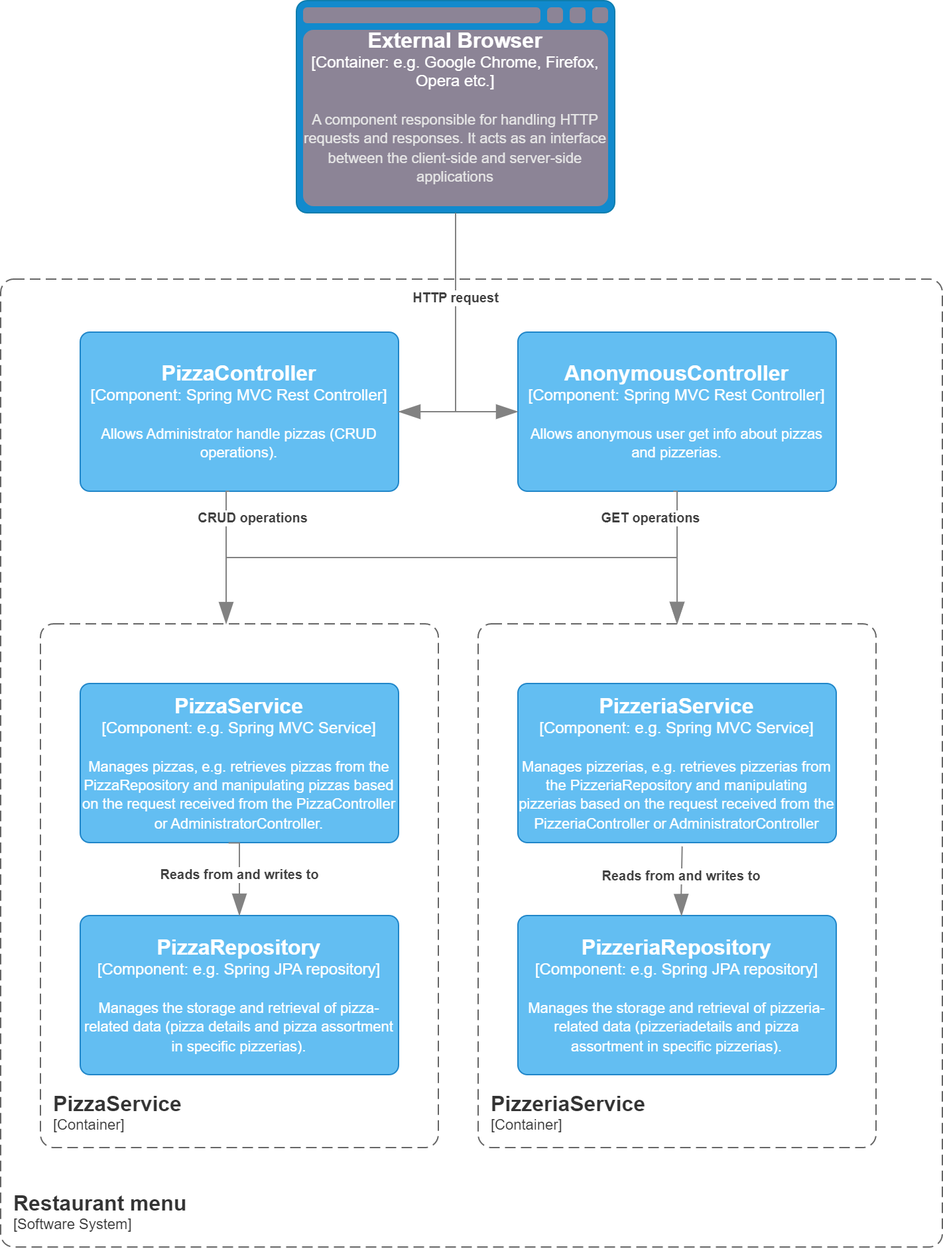
Before: img/Components Diagram.png, a diagram exported from draw.io (krajniy/PizzaService). Source tidied: cells renumbered, new cells last; positions are measured from the earlier drawing's top-left corner, leaving out a move shared by most shapes. Source of this version:
```xml
<mxGraphModel>
  <root>
    <mxCell id="0" />
    <mxCell id="1" parent="0" />
    <object id="2" label="&lt;font style=&quot;font-size: 16px&quot;&gt;&lt;b&gt;%c4Type%&lt;/b&gt;&lt;/font&gt;&lt;div&gt;[%c4Container%:&amp;nbsp;%c4Technology%]&lt;/div&gt;&lt;br&gt;&lt;div&gt;&lt;font style=&quot;font-size: 11px&quot;&gt;&lt;font color=&quot;#E6E6E6&quot;&gt;%c4Description%&lt;/font&gt;&lt;/div&gt;" c4Container="Container" c4Description="A component responsible for handling HTTP requests and responses. It acts as an interface between the client-side and server-side applications" c4Technology="e.g. Google Chrome, Firefox, Opera etc." c4Type="External Browser" placeholders="1">
      <mxCell style="shape=mxgraph.c4.webBrowserContainer2;whiteSpace=wrap;html=1;boundedLbl=1;rounded=1;labelBackgroundColor=none;strokeColor=#736782;fillColor=#8C8496;strokeColor=#118ACD;strokeColor2=#0E7DAD;fontSize=12;fontColor=#ffffff;align=center;points=[[0.5,0,0],[1,0.25,0],[1,0.5,0],[1,0.75,0],[0.5,1,0],[0,0.75,0],[0,0.5,0],[0,0.25,0]];arcSize=10;" parent="1" vertex="1">
        <mxGeometry x="223" width="240" height="160" as="geometry" />
      </mxCell>
    </object>
    <object id="3" label="&lt;font style=&quot;font-size: 16px&quot;&gt;&lt;b&gt;%c4Name%&lt;/b&gt;&lt;/font&gt;&lt;div&gt;[%c4Type%: %c4Technology%]&lt;/div&gt;&lt;br&gt;&lt;div&gt;&lt;font style=&quot;font-size: 11px&quot;&gt;%c4Description%&lt;/font&gt;&lt;/div&gt;" c4Description="Allows Administrator handle pizzas (CRUD operations)." c4Name="PizzaController" c4Technology="Spring MVC Rest Controller" c4Type="Component" placeholders="1">
      <mxCell style="rounded=1;whiteSpace=wrap;html=1;labelBackgroundColor=none;fillColor=#63BEF2;fontColor=#ffffff;align=center;arcSize=6;strokeColor=#2086C9;points=[[0.25,0,0],[0.5,0,0],[0.75,0,0],[1,0.25,0],[1,0.5,0],[1,0.75,0],[0.75,1,0],[0.5,1,0],[0.25,1,0],[0,0.75,0],[0,0.5,0],[0,0.25,0]];" parent="1" vertex="1">
        <mxGeometry x="60" y="250" width="240" height="120" as="geometry" />
      </mxCell>
    </object>
    <object id="4" label="&lt;font style=&quot;font-size: 16px&quot;&gt;&lt;b&gt;%c4Name%&lt;/b&gt;&lt;/font&gt;&lt;div&gt;[%c4Type%: %c4Technology%]&lt;/div&gt;&lt;br&gt;&lt;div&gt;&lt;font style=&quot;font-size: 11px&quot;&gt;%c4Description%&lt;/font&gt;&lt;/div&gt;" c4Description="Allows anonymous user get info about pizzas and pizzerias." c4Name="AnonymousController" c4Technology="Spring MVC Rest Controller" c4Type="Component" placeholders="1">
      <mxCell style="rounded=1;whiteSpace=wrap;html=1;labelBackgroundColor=none;fillColor=#63BEF2;fontColor=#ffffff;align=center;arcSize=6;strokeColor=#2086C9;points=[[0.25,0,0],[0.5,0,0],[0.75,0,0],[1,0.25,0],[1,0.5,0],[1,0.75,0],[0.75,1,0],[0.5,1,0],[0.25,1,0],[0,0.75,0],[0,0.5,0],[0,0.25,0]];" parent="1" vertex="1">
        <mxGeometry x="390" y="250" width="240" height="120" as="geometry" />
      </mxCell>
    </object>
    <object id="5" label="&lt;font style=&quot;font-size: 16px&quot;&gt;&lt;b&gt;&lt;div style=&quot;text-align: left&quot;&gt;%c4Name%&lt;/div&gt;&lt;/b&gt;&lt;/font&gt;&lt;div style=&quot;text-align: left&quot;&gt;[%c4Application%]&lt;/div&gt;" c4Application="Software System" c4Name="Restaurant menu" c4Type="SystemScopeBoundary" placeholders="1">
      <mxCell style="rounded=1;fontSize=11;whiteSpace=wrap;html=1;dashed=1;arcSize=20;fillColor=none;strokeColor=#666666;fontColor=#333333;labelBackgroundColor=none;align=left;verticalAlign=bottom;labelBorderColor=none;spacingTop=0;spacing=10;dashPattern=8 4;perimeter=rectanglePerimeter;noLabel=0;labelPadding=0;absoluteArcSize=1;" parent="1" vertex="1">
        <mxGeometry y="210" width="710" height="730" as="geometry" />
      </mxCell>
    </object>
    <object id="6" label="&lt;font style=&quot;font-size: 16px&quot;&gt;&lt;b&gt;&lt;div style=&quot;text-align: left&quot;&gt;%c4Name%&lt;/div&gt;&lt;/b&gt;&lt;/font&gt;&lt;div style=&quot;text-align: left&quot;&gt;[%c4Application%]&lt;/div&gt;" c4Application="Container" c4Name="PizzaService" c4Type="ContainerScopeBoundary" placeholders="1">
      <mxCell style="rounded=1;fontSize=11;whiteSpace=wrap;html=1;dashed=1;arcSize=20;fillColor=none;strokeColor=#666666;fontColor=#333333;labelBackgroundColor=none;align=left;verticalAlign=bottom;labelBorderColor=none;spacingTop=0;spacing=10;dashPattern=8 4;perimeter=rectanglePerimeter;noLabel=0;labelPadding=0;absoluteArcSize=1;" parent="1" vertex="1">
        <mxGeometry x="30" y="470" width="300" height="395" as="geometry" />
      </mxCell>
    </object>
    <object id="7" label="&lt;font style=&quot;font-size: 16px&quot;&gt;&lt;b&gt;&lt;div style=&quot;text-align: left&quot;&gt;%c4Name%&lt;/div&gt;&lt;/b&gt;&lt;/font&gt;&lt;div style=&quot;text-align: left&quot;&gt;[%c4Application%]&lt;/div&gt;" c4Application="Container" c4Name="PizzeriaService" c4Type="ContainerScopeBoundary" placeholders="1">
      <mxCell style="rounded=1;fontSize=11;whiteSpace=wrap;html=1;dashed=1;arcSize=20;fillColor=none;strokeColor=#666666;fontColor=#333333;labelBackgroundColor=none;align=left;verticalAlign=bottom;labelBorderColor=none;spacingTop=0;spacing=10;dashPattern=8 4;perimeter=rectanglePerimeter;noLabel=0;labelPadding=0;absoluteArcSize=1;" parent="1" vertex="1">
        <mxGeometry x="360" y="470" width="300" height="395" as="geometry" />
      </mxCell>
    </object>
    <object id="8" label="&lt;font style=&quot;font-size: 16px&quot;&gt;&lt;b&gt;%c4Name%&lt;/b&gt;&lt;/font&gt;&lt;div&gt;[%c4Type%: %c4Technology%]&lt;/div&gt;&lt;br&gt;&lt;div&gt;&lt;font style=&quot;font-size: 11px&quot;&gt;%c4Description%&lt;/font&gt;&lt;/div&gt;" c4Description="Manages pizzerias, e.g. retrieves pizzerias from the PizzeriaRepository and manipulating pizzerias based on the request received from the PizzeriaController or AdministratorController" c4Name="PizzeriaService" c4Technology="e.g. Spring MVC Service" c4Type="Component" placeholders="1">
      <mxCell style="rounded=1;whiteSpace=wrap;html=1;labelBackgroundColor=none;fillColor=#63BEF2;fontColor=#ffffff;align=center;arcSize=6;strokeColor=#2086C9;points=[[0.25,0,0],[0.5,0,0],[0.75,0,0],[1,0.25,0],[1,0.5,0],[1,0.75,0],[0.75,1,0],[0.5,1,0],[0.25,1,0],[0,0.75,0],[0,0.5,0],[0,0.25,0]];" parent="1" vertex="1">
        <mxGeometry x="390" y="515" width="240" height="120" as="geometry" />
      </mxCell>
    </object>
    <object id="9" label="&lt;font style=&quot;font-size: 16px&quot;&gt;&lt;b&gt;%c4Name%&lt;/b&gt;&lt;/font&gt;&lt;div&gt;[%c4Type%: %c4Technology%]&lt;/div&gt;&lt;br&gt;&lt;div&gt;&lt;font style=&quot;font-size: 11px&quot;&gt;%c4Description%&lt;/font&gt;&lt;/div&gt;" c4Description="Manages pizzas, e.g. retrieves pizzas from the PizzaRepository and manipulating pizzas based on the request received from the PizzaController or AdministratorController." c4Name="PizzaService" c4Technology="e.g. Spring MVC Service" c4Type="Component" placeholders="1">
      <mxCell style="rounded=1;whiteSpace=wrap;html=1;labelBackgroundColor=none;fillColor=#63BEF2;fontColor=#ffffff;align=center;arcSize=6;strokeColor=#2086C9;points=[[0.25,0,0],[0.5,0,0],[0.75,0,0],[1,0.25,0],[1,0.5,0],[1,0.75,0],[0.75,1,0],[0.5,1,0],[0.25,1,0],[0,0.75,0],[0,0.5,0],[0,0.25,0]];" parent="1" vertex="1">
        <mxGeometry x="60" y="515" width="240" height="120" as="geometry" />
      </mxCell>
    </object>
    <object id="10" label="&lt;font style=&quot;font-size: 16px&quot;&gt;&lt;b&gt;%c4Name%&lt;/b&gt;&lt;/font&gt;&lt;div&gt;[%c4Type%: %c4Technology%]&lt;/div&gt;&lt;br&gt;&lt;div&gt;&lt;font style=&quot;font-size: 11px&quot;&gt;%c4Description%&lt;/font&gt;&lt;/div&gt;" c4Description="Manages the storage and retrieval of pizzeria-related data (pizzeriadetails and pizza assortment in specific pizzerias)." c4Name="PizzeriaRepository" c4Technology="e.g. Spring JPA repository" c4Type="Component" placeholders="1">
      <mxCell style="rounded=1;whiteSpace=wrap;html=1;labelBackgroundColor=none;fillColor=#63BEF2;fontColor=#ffffff;align=center;arcSize=6;strokeColor=#2086C9;points=[[0.25,0,0],[0.5,0,0],[0.75,0,0],[1,0.25,0],[1,0.5,0],[1,0.75,0],[0.75,1,0],[0.5,1,0],[0.25,1,0],[0,0.75,0],[0,0.5,0],[0,0.25,0]];" parent="1" vertex="1">
        <mxGeometry x="390" y="690" width="240" height="120" as="geometry" />
      </mxCell>
    </object>
    <object id="11" label="&lt;font style=&quot;font-size: 16px&quot;&gt;&lt;b&gt;%c4Name%&lt;/b&gt;&lt;/font&gt;&lt;div&gt;[%c4Type%: %c4Technology%]&lt;/div&gt;&lt;br&gt;&lt;div&gt;&lt;font style=&quot;font-size: 11px&quot;&gt;%c4Description%&lt;/font&gt;&lt;/div&gt;" c4Description="Manages the storage and retrieval of pizza-related data (pizza details and pizza assortment in specific pizzerias)." c4Name="PizzaRepository" c4Technology="e.g. Spring JPA repository" c4Type="Component" placeholders="1">
      <mxCell style="rounded=1;whiteSpace=wrap;html=1;labelBackgroundColor=none;fillColor=#63BEF2;fontColor=#ffffff;align=center;arcSize=6;strokeColor=#2086C9;points=[[0.25,0,0],[0.5,0,0],[0.75,0,0],[1,0.25,0],[1,0.5,0],[1,0.75,0],[0.75,1,0],[0.5,1,0],[0.25,1,0],[0,0.75,0],[0,0.5,0],[0,0.25,0]];" parent="1" vertex="1">
        <mxGeometry x="60" y="690" width="240" height="120" as="geometry" />
      </mxCell>
    </object>
    <object id="12" label="&lt;div style=&quot;text-align: left&quot;&gt;&lt;div style=&quot;text-align: center&quot;&gt;&lt;b&gt;%c4Description%&lt;/b&gt;&lt;/div&gt;" c4Description="HTTP request" c4Type="Relationship" placeholders="1">
      <mxCell style="endArrow=blockThin;html=1;fontSize=10;fontColor=#404040;strokeWidth=1;endFill=1;strokeColor=#828282;elbow=vertical;endSize=14;startSize=14;jumpStyle=arc;jumpSize=16;rounded=0;edgeStyle=orthogonalEdgeStyle;exitX=0.5;exitY=1;exitDx=0;exitDy=0;exitPerimeter=0;entryX=1;entryY=0.5;entryDx=0;entryDy=0;entryPerimeter=0;" parent="1" edge="1" source="2" target="3">
        <mxGeometry x="-0.34" relative="1" as="geometry" />
      </mxCell>
    </object>
    <object id="13" label="" c4Type="Relationship" placeholders="1">
      <mxCell style="endArrow=blockThin;html=1;fontSize=10;fontColor=#404040;strokeWidth=1;endFill=1;strokeColor=#828282;elbow=vertical;endSize=14;startSize=14;jumpStyle=arc;jumpSize=16;rounded=0;edgeStyle=orthogonalEdgeStyle;entryX=0;entryY=0.5;entryDx=0;entryDy=0;entryPerimeter=0;exitX=1;exitY=0.5;exitDx=0;exitDy=0;exitPerimeter=0;" parent="1" edge="1" source="3" target="4">
        <mxGeometry relative="1" as="geometry" />
      </mxCell>
    </object>
    <object id="14" label="&lt;div style=&quot;text-align: left&quot;&gt;&lt;div style=&quot;text-align: center&quot;&gt;&lt;b&gt;%c4Description%&lt;/b&gt;&lt;/div&gt;" c4Description="CRUD operations" c4Type="Relationship" placeholders="1">
      <mxCell style="endArrow=blockThin;html=1;fontSize=10;fontColor=#404040;strokeWidth=1;endFill=1;strokeColor=#828282;elbow=vertical;endSize=14;startSize=14;jumpStyle=arc;jumpSize=16;rounded=0;edgeStyle=orthogonalEdgeStyle;exitX=0.468;exitY=1;exitDx=0;exitDy=0;exitPerimeter=0;" parent="1" edge="1" source="3">
        <mxGeometry x="-0.56" y="20" relative="1" as="geometry">
          <mxPoint x="170" y="470" as="targetPoint" />
          <Array as="points">
            <mxPoint x="170" y="370" />
            <mxPoint x="170" y="470" />
          </Array>
        </mxGeometry>
      </mxCell>
    </object>
    <object id="15" label="" c4Type="Relationship" placeholders="1">
      <mxCell style="endArrow=blockThin;html=1;fontSize=10;fontColor=#404040;strokeWidth=1;endFill=1;strokeColor=#828282;elbow=vertical;endSize=14;startSize=14;jumpStyle=arc;jumpSize=16;rounded=0;edgeStyle=orthogonalEdgeStyle;" parent="1" edge="1">
        <mxGeometry relative="1" as="geometry">
          <mxPoint x="170" y="420" as="sourcePoint" />
          <mxPoint x="510" y="470" as="targetPoint" />
        </mxGeometry>
      </mxCell>
    </object>
    <object id="16" label="&lt;div style=&quot;text-align: left&quot;&gt;&lt;div style=&quot;text-align: center&quot;&gt;&lt;b&gt;%c4Description%&lt;/b&gt;&lt;/div&gt;" c4Description="GET operations" c4Type="Relationship" placeholders="1">
      <mxCell style="endArrow=blockThin;html=1;fontSize=10;fontColor=#404040;strokeWidth=1;endFill=1;strokeColor=#828282;elbow=vertical;endSize=14;startSize=14;jumpStyle=arc;jumpSize=16;rounded=0;edgeStyle=orthogonalEdgeStyle;exitX=0.488;exitY=1;exitDx=0;exitDy=0;exitPerimeter=0;" parent="1" edge="1" source="4">
        <mxGeometry x="-0.56" y="-20" relative="1" as="geometry">
          <mxPoint x="510" y="470" as="targetPoint" />
          <Array as="points">
            <mxPoint x="510" y="370" />
          </Array>
        </mxGeometry>
      </mxCell>
    </object>
    <object id="17" label="&lt;div style=&quot;text-align: left&quot;&gt;&lt;div style=&quot;text-align: center&quot;&gt;&lt;b&gt;%c4Description%&lt;/b&gt;&lt;/div&gt;" c4Description="Reads from and writes to" c4Type="Relationship" placeholders="1">
      <mxCell style="endArrow=blockThin;html=1;fontSize=10;fontColor=#404040;strokeWidth=1;endFill=1;strokeColor=#828282;elbow=vertical;endSize=14;startSize=14;jumpStyle=arc;jumpSize=16;rounded=0;edgeStyle=orthogonalEdgeStyle;exitX=0.466;exitY=1.002;exitDx=0;exitDy=0;exitPerimeter=0;entryX=0.5;entryY=0;entryDx=0;entryDy=0;entryPerimeter=0;" parent="1" edge="1" source="9" target="11">
        <mxGeometry relative="1" as="geometry">
          <Array as="points">
            <mxPoint x="180" y="635" />
          </Array>
        </mxGeometry>
      </mxCell>
    </object>
    <object id="18" label="&lt;div style=&quot;text-align: left&quot;&gt;&lt;div style=&quot;text-align: center&quot;&gt;&lt;b&gt;%c4Description%&lt;/b&gt;&lt;/div&gt;" c4Description="Reads from and writes to" c4Type="Relationship" placeholders="1">
      <mxCell style="endArrow=blockThin;html=1;fontSize=10;fontColor=#404040;strokeWidth=1;endFill=1;strokeColor=#828282;elbow=vertical;endSize=14;startSize=14;jumpStyle=arc;jumpSize=16;rounded=0;edgeStyle=orthogonalEdgeStyle;exitX=0.516;exitY=1.024;exitDx=0;exitDy=0;exitPerimeter=0;entryX=0.514;entryY=0.002;entryDx=0;entryDy=0;entryPerimeter=0;" parent="1" edge="1" source="8" target="10">
        <mxGeometry x="-0.14" relative="1" as="geometry">
          <Array as="points">
            <mxPoint x="514" y="640" />
            <mxPoint x="513" y="640" />
            <mxPoint x="513" y="670" />
          </Array>
        </mxGeometry>
      </mxCell>
    </object>
  </root>
</mxGraphModel>
```
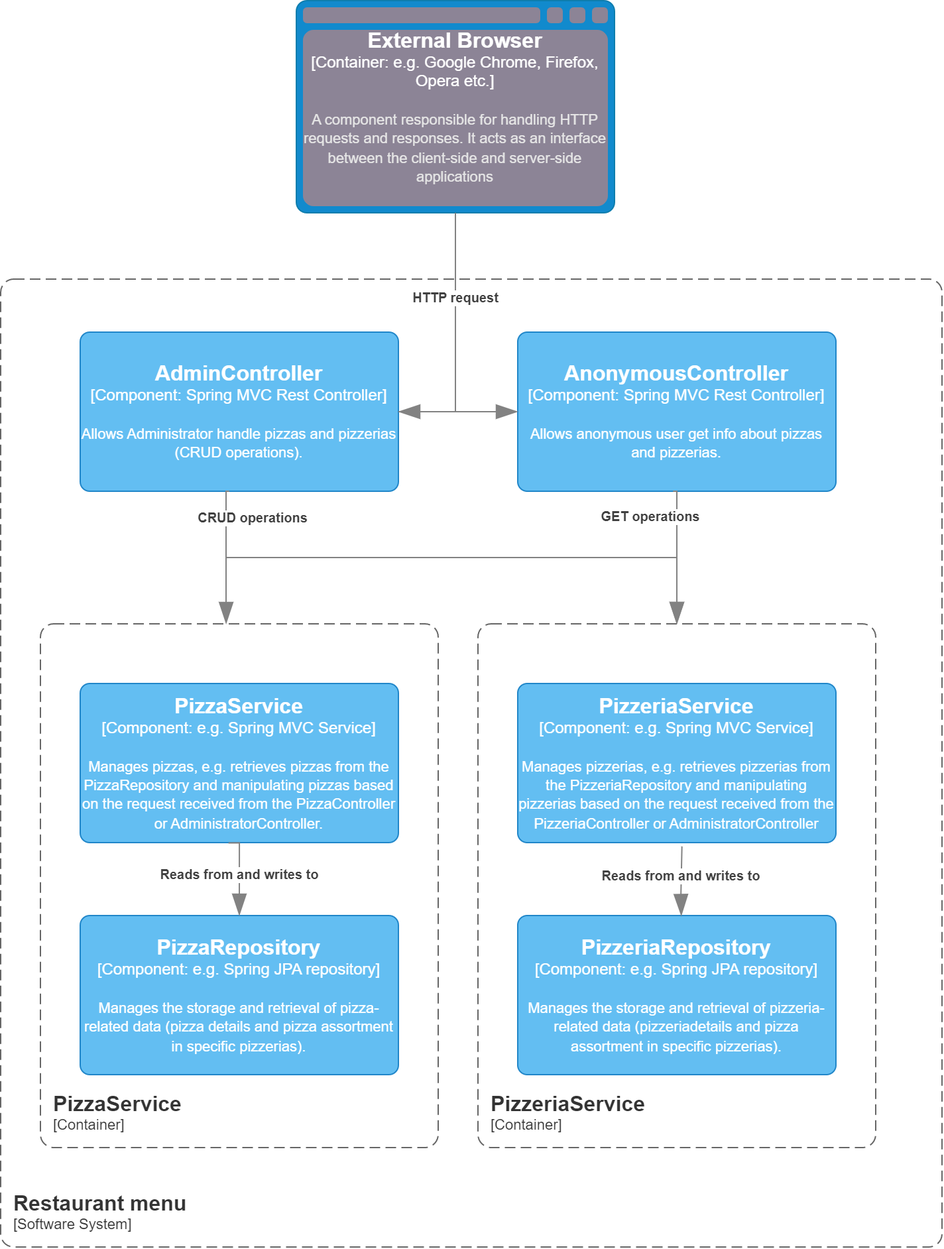
The same diagram one commit later.

Commit message:
Components Diagram small fix

Change to the diagram source:
```diff
@@ -7,7 +7,7 @@
         <mxGeometry x="223" width="240" height="160" as="geometry" />
       </mxCell>
     </object>
-    <object id="3" label="&lt;font style=&quot;font-size: 16px&quot;&gt;&lt;b&gt;%c4Name%&lt;/b&gt;&lt;/font&gt;&lt;div&gt;[%c4Type%: %c4Technology%]&lt;/div&gt;&lt;br&gt;&lt;div&gt;&lt;font style=&quot;font-size: 11px&quot;&gt;%c4Description%&lt;/font&gt;&lt;/div&gt;" c4Description="Allows Administrator handle pizzas (CRUD operations)." c4Name="PizzaController" c4Technology="Spring MVC Rest Controller" c4Type="Component" placeholders="1">
+    <object id="3" label="&lt;font style=&quot;font-size: 16px&quot;&gt;&lt;b&gt;%c4Name%&lt;/b&gt;&lt;/font&gt;&lt;div&gt;[%c4Type%: %c4Technology%]&lt;/div&gt;&lt;br&gt;&lt;div&gt;&lt;font style=&quot;font-size: 11px&quot;&gt;%c4Description%&lt;/font&gt;&lt;/div&gt;" c4Description="Allows Administrator handle pizzas and pizzerias (CRUD operations)." c4Name="AdminController" c4Technology="Spring MVC Rest Controller" c4Type="Component" placeholders="1">
       <mxCell style="rounded=1;whiteSpace=wrap;html=1;labelBackgroundColor=none;fillColor=#63BEF2;fontColor=#ffffff;align=center;arcSize=6;strokeColor=#2086C9;points=[[0.25,0,0],[0.5,0,0],[0.75,0,0],[1,0.25,0],[1,0.5,0],[1,0.75,0],[0.75,1,0],[0.5,1,0],[0.25,1,0],[0,0.75,0],[0,0.5,0],[0,0.25,0]];" parent="1" vertex="1">
         <mxGeometry x="60" y="250" width="240" height="120" as="geometry" />
       </mxCell>
```
